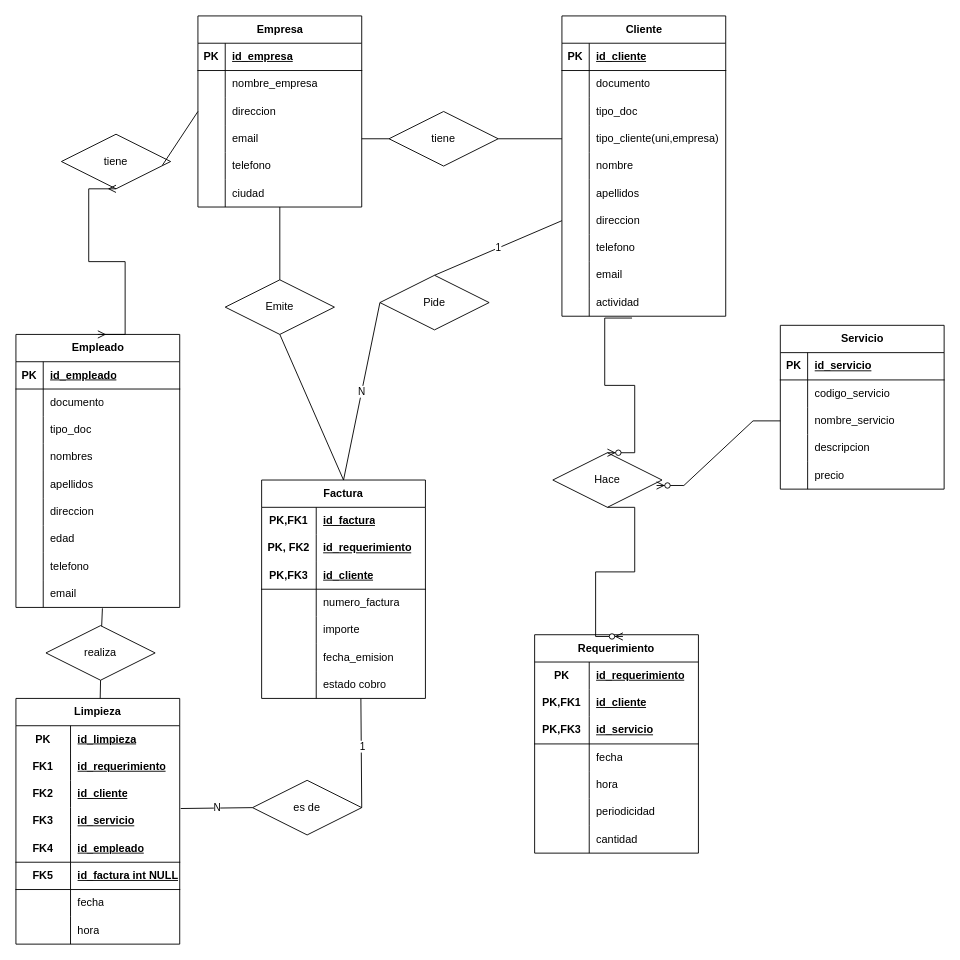
IvanaCandyAguilar/SQL-Development keeps this draw.io diagram as page "BD_LIMPIEZA" (2 of 3) of Untitled Diagram.drawio. Above is the earlier version. Source tidied: cells renumbered, new cells numbered last; positions are measured from the earlier drawing's top-left corner, leaving out a move shared by most shapes. Both pictures are drawn from the tidied source at 91%, with x=0, y=0 at pixel (15, 15).
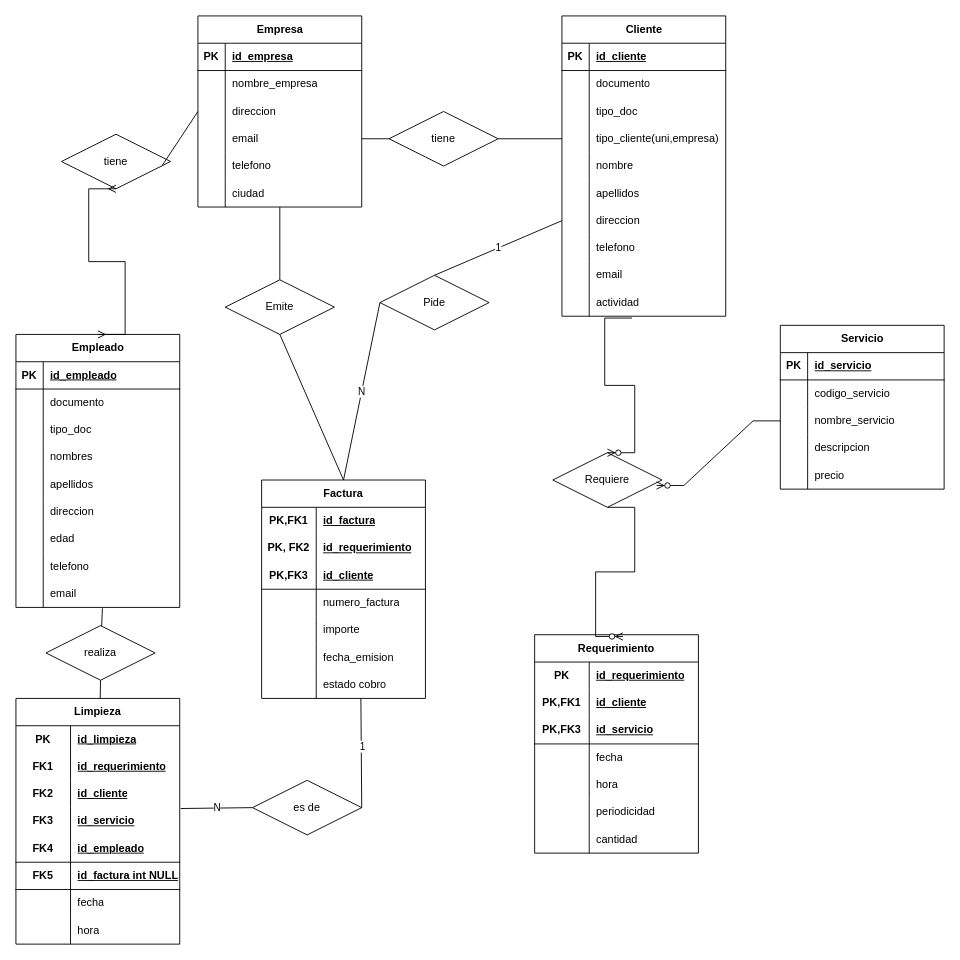
After the change.

Change to the diagram source:
```diff
@@
-    <mxCell id="172" value="Hace" style="shape=rhombus;perimeter=rhombusPerimeter;whiteSpace=wrap;html=1;align=center;" parent="1" vertex="1">
+    <mxCell id="172" value="Requiere" style="shape=rhombus;perimeter=rhombusPerimeter;whiteSpace=wrap;html=1;align=center;" parent="1" vertex="1">
       <mxGeometry x="590" y="480" width="120" height="60" as="geometry" />
     </mxCell>
```
